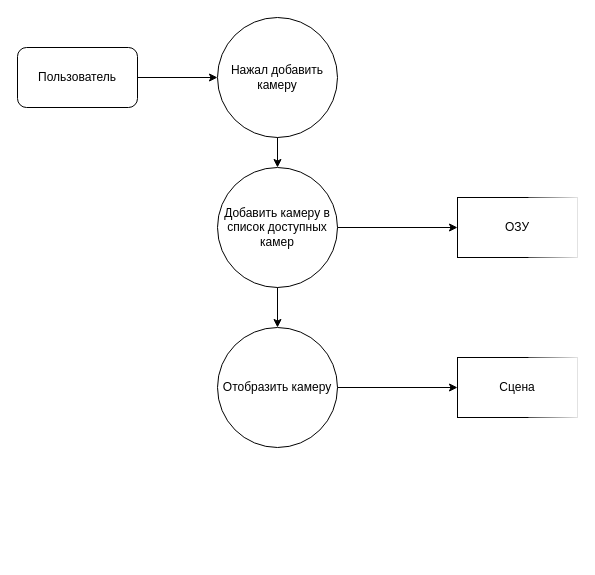
Before: page "2. Добавление камеры" (2 of 10) of dfd/dfd.drawio in c0sx/3d-model-viewer-design, a draw.io diagram. Source tidied: cells renumbered, new cells numbered last; positions are measured from the earlier drawing's top-left corner, leaving out a move shared by most shapes. Both pictures are drawn from the tidied source at 100%, with x=0, y=0 at pixel (17, 17).
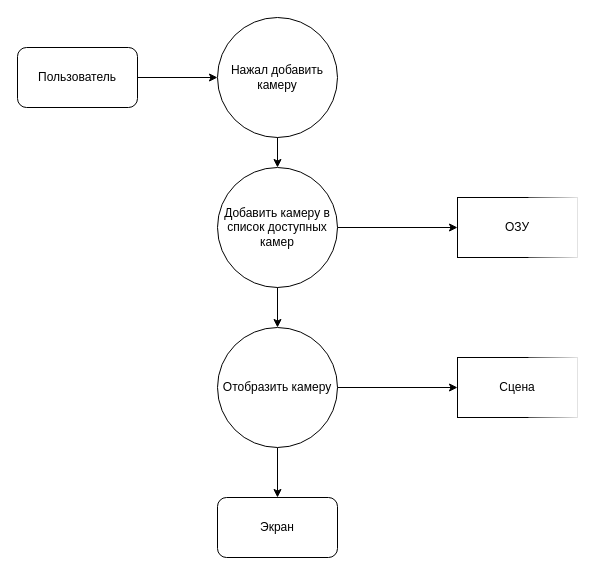
After the change.

The edit, as a diff of the source:
```diff
@@
 <mxGraphModel>
   <root>
     <mxCell id="0" />
     <mxCell id="1" parent="0" />
     <mxCell id="2" value="Пользователь" style="rounded=1;whiteSpace=wrap;html=1;" parent="1" vertex="1">
       <mxGeometry y="30" width="120" height="60" as="geometry" />
     </mxCell>
     <mxCell id="3" value="Нажал добавить камеру" style="ellipse;whiteSpace=wrap;html=1;" parent="1" vertex="1">
       <mxGeometry x="200" width="120" height="120" as="geometry" />
     </mxCell>
     <mxCell id="4" value="Добавить камеру в список доступных камер" style="ellipse;whiteSpace=wrap;html=1;" parent="1" vertex="1">
       <mxGeometry x="200" y="150" width="120" height="120" as="geometry" />
     </mxCell>
+    <mxCell id="13" style="edgeStyle=orthogonalEdgeStyle;rounded=0;jettySize=auto;html=1;" parent="1" edge="1" source="5" target="14">
+      <mxGeometry relative="1" as="geometry" />
+    </mxCell>
     <mxCell id="5" value="Отобразить камеру" style="ellipse;whiteSpace=wrap;html=1;" parent="1" vertex="1">
       <mxGeometry x="200" y="310" width="120" height="120" as="geometry" />
     </mxCell>
     <mxCell id="6" style="endArrow=classic;html=1;exitX=1;exitY=0.5;exitDx=0;exitDy=0;" parent="1" edge="1" source="4">
       <mxGeometry relative="1" as="geometry">
         <mxPoint x="440" y="210" as="targetPoint" />
       </mxGeometry>
     </mxCell>
     <mxCell id="7" value="ОЗУ" style="rounded=0;whiteSpace=wrap;html=1;perimeterSpacing=0;shadow=0;sketch=0;glass=1;direction=south;" parent="1" vertex="1">
       <mxGeometry x="440" y="180" width="120" height="60" as="geometry" />
     </mxCell>
     <mxCell id="8" style="endArrow=classic;html=1;exitX=0.5;exitY=1;exitDx=0;exitDy=0;entryX=0.5;entryY=0;entryDx=0;entryDy=0;" parent="1" edge="1" source="4" target="5">
       <mxGeometry relative="1" as="geometry" />
     </mxCell>
     <mxCell id="9" style="endArrow=classic;html=1;exitX=1;exitY=0.5;exitDx=0;exitDy=0;entryX=0;entryY=0.5;entryDx=0;entryDy=0;" parent="1" edge="1" source="2" target="3">
       <mxGeometry relative="1" as="geometry" />
     </mxCell>
     <mxCell id="10" style="endArrow=classic;html=1;exitX=0.5;exitY=1;exitDx=0;exitDy=0;entryX=0.5;entryY=0;entryDx=0;entryDy=0;" parent="1" edge="1" source="3" target="4">
       <mxGeometry relative="1" as="geometry" />
     </mxCell>
     <mxCell id="11" style="endArrow=classic;html=1;exitX=1;exitY=0.5;exitDx=0;exitDy=0;" parent="1" edge="1" source="5">
       <mxGeometry relative="1" as="geometry">
         <mxPoint x="440" y="370" as="targetPoint" />
       </mxGeometry>
     </mxCell>
     <mxCell id="12" value="Сцена" style="rounded=0;whiteSpace=wrap;html=1;perimeterSpacing=0;shadow=0;sketch=0;glass=1;direction=south;" parent="1" vertex="1">
       <mxGeometry x="440" y="340" width="120" height="60" as="geometry" />
     </mxCell>
+    <mxCell id="14" value="Экран" style="rounded=1;whiteSpace=wrap;html=1;" parent="1" vertex="1">
+      <mxGeometry x="200" y="480" width="120" height="60" as="geometry" />
+    </mxCell>
   </root>
 </mxGraphModel>
```
